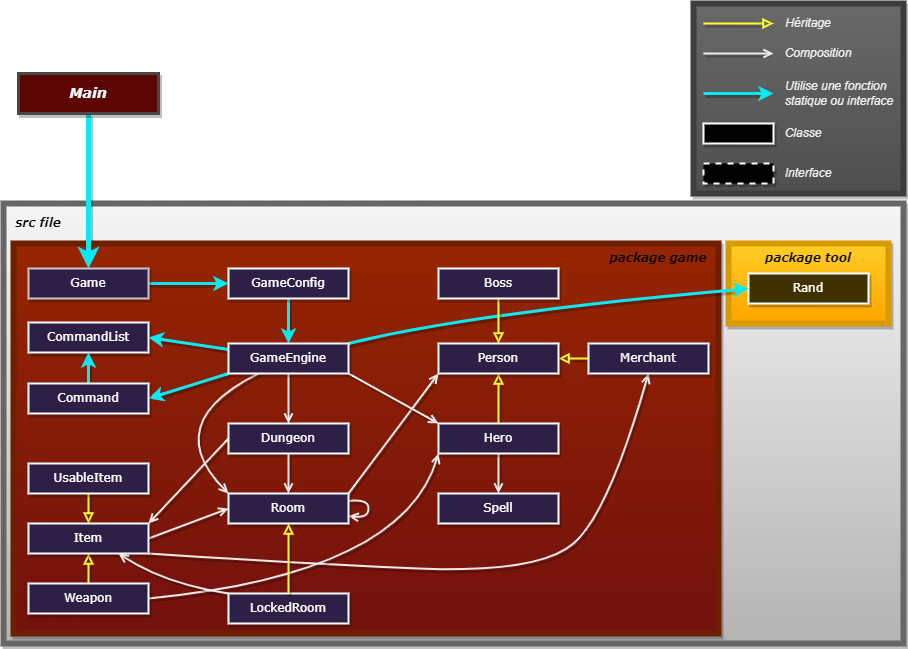
Earlier version of the draw.io export Java_RPG/doc/diagram.drawio.png (Vivien-Parsis/Jeux-rpg). Source tidied: cells renumbered, new cells last; positions are measured from the earlier drawing's top-left corner, leaving out a move shared by most shapes.
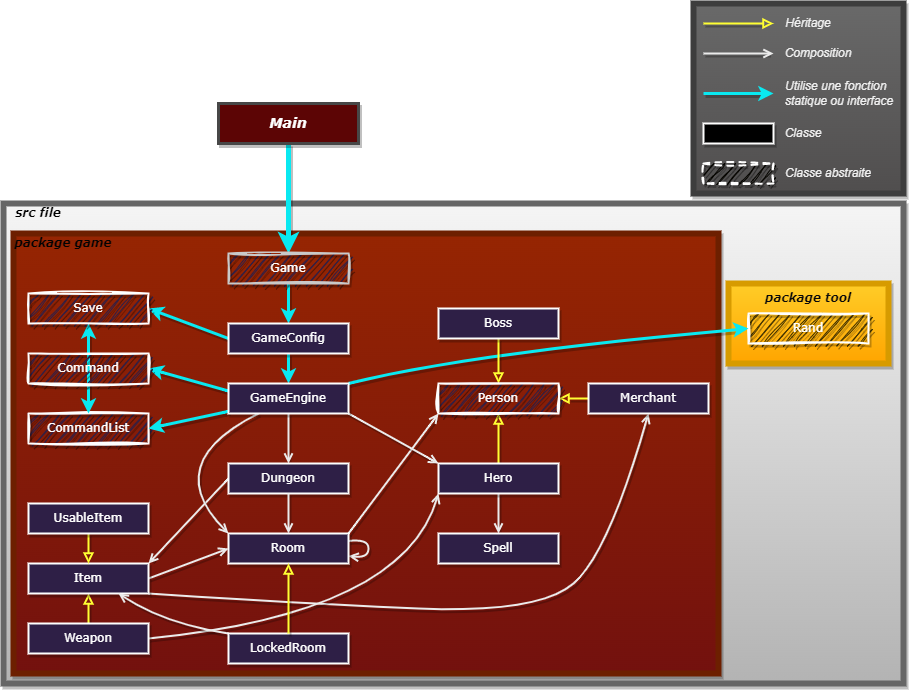
Later version of the same file.

Diff of the diagram source:
```diff
@@ -3,16 +3,16 @@
     <mxCell id="0" />
     <mxCell id="1" parent="0" />
     <mxCell id="2" style="rounded=0;whiteSpace=wrap;html=1;fillColor=#504e4e;strokeWidth=6;strokeColor=#3D3D3D;gradientColor=#696969;gradientDirection=north;shadow=1;" parent="1" vertex="1">
-      <mxGeometry x="690" width="210" height="190" as="geometry" />
+      <mxGeometry x="690" y="-40" width="210" height="190" as="geometry" />
     </mxCell>
     <mxCell id="3" style="rounded=0.5;whiteSpace=wrap;html=1;strokeWidth=6;fillColor=#f5f5f5;strokeColor=#666666;gradientColor=#b3b3b3;shadow=1;" parent="1" vertex="1">
-      <mxGeometry y="200" width="900" height="440" as="geometry" />
+      <mxGeometry y="160" width="900" height="480" as="geometry" />
     </mxCell>
     <mxCell id="4" style="rounded=0;whiteSpace=wrap;html=1;fillColor=#ffcd28;gradientColor=#ffa500;strokeColor=#d79b00;gradientDirection=south;strokeWidth=6;shadow=1;" parent="1" vertex="1">
       <mxGeometry x="725" y="240" width="160" height="80" as="geometry" />
     </mxCell>
     <mxCell id="5" style="rounded=0;whiteSpace=wrap;html=1;fillColor=#962502;strokeColor=#6D1F00;fontColor=#ffffff;gradientColor=#73110E;gradientDirection=south;strokeWidth=6;shadow=1;perimeterSpacing=0;" parent="1" vertex="1">
-      <mxGeometry x="10" y="240" width="705" height="390" as="geometry" />
+      <mxGeometry x="10" y="190" width="705" height="440" as="geometry" />
     </mxCell>
     <mxCell id="6" style="edgeStyle=none;html=1;fontColor=#FFFAFA;strokeColor=#FFFF33;strokeWidth=2;endArrow=block;endFill=0;shadow=1;" parent="1" edge="1" source="47" target="45">
       <mxGeometry relative="1" as="geometry" />
@@ -20,11 +20,11 @@
     <mxCell id="7" style="edgeStyle=none;curved=1;html=1;fontColor=#FFFAFA;strokeColor=#EBEBEB;strokeWidth=2;exitX=0.5;exitY=1;exitDx=0;exitDy=0;entryX=0.5;entryY=0;entryDx=0;entryDy=0;endArrow=open;endFill=0;shadow=1;" parent="1" edge="1" source="47" target="48">
       <mxGeometry relative="1" as="geometry" />
     </mxCell>
-    <mxCell id="8" value="CommandList" style="rounded=0;whiteSpace=wrap;html=1;fillStyle=auto;fillColor=#2E1F46;fontFamily=Verdana;fontColor=#ffffff;strokeColor=#ffffff;strokeWidth=2;shadow=1;" parent="1" vertex="1">
-      <mxGeometry x="25" y="319" width="120" height="30" as="geometry" />
+    <mxCell id="8" value="CommandList" style="rounded=0;whiteSpace=wrap;html=1;fillStyle=auto;fillColor=#2E1F46;fontFamily=Verdana;fontColor=#ffffff;strokeColor=#ffffff;strokeWidth=2;shadow=1;sketch=1;curveFitting=1;jiggle=2;" parent="1" vertex="1">
+      <mxGeometry x="25" y="370" width="120" height="30" as="geometry" />
     </mxCell>
     <mxCell id="9" value="&lt;font face=&quot;Verdana&quot;&gt;package game&lt;/font&gt;" style="text;html=1;align=center;verticalAlign=middle;whiteSpace=wrap;rounded=0;fontStyle=3;fontColor=#030303;shadow=1;" parent="1" vertex="1">
-      <mxGeometry x="605" y="245" width="100" height="20" as="geometry" />
+      <mxGeometry x="10" y="190" width="100" height="20" as="geometry" />
     </mxCell>
     <mxCell id="10" style="edgeStyle=none;html=1;fontColor=#ffffff;strokeColor=#EBEBEB;strokeWidth=2;entryX=0.5;entryY=0;entryDx=0;entryDy=0;startArrow=none;endArrow=open;endFill=0;shadow=1;" parent="1" edge="1" source="55" target="44">
       <mxGeometry relative="1" as="geometry" />
@@ -32,16 +32,16 @@
     <mxCell id="11" style="edgeStyle=none;html=1;strokeColor=#09e9f1;strokeWidth=5;fontColor=#FFFAFA;shadow=1;" parent="1" edge="1" source="43" target="58">
       <mxGeometry relative="1" as="geometry" />
     </mxCell>
-    <mxCell id="12" value="Rand" style="rounded=0;whiteSpace=wrap;html=1;fillStyle=auto;fillColor=#403100;fontFamily=Verdana;fontColor=#ffffff;strokeWidth=2;strokeColor=#ffffff;shadow=1;" parent="1" vertex="1">
+    <mxCell id="12" value="Rand" style="rounded=0;whiteSpace=wrap;html=1;fillStyle=auto;fillColor=#403100;fontFamily=Verdana;fontColor=#ffffff;strokeWidth=2;strokeColor=#ffffff;shadow=1;sketch=1;curveFitting=1;jiggle=2;" parent="1" vertex="1">
       <mxGeometry x="745" y="270" width="120" height="30" as="geometry" />
     </mxCell>
     <mxCell id="13" value="&lt;font face=&quot;Verdana&quot;&gt;src file&lt;/font&gt;" style="text;html=1;align=center;verticalAlign=middle;whiteSpace=wrap;rounded=0;fontColor=#000000;fontStyle=3;strokeColor=none;labelBackgroundColor=none;labelBorderColor=none;shadow=1;" parent="1" vertex="1">
-      <mxGeometry x="10" y="210" width="50" height="20" as="geometry" />
+      <mxGeometry x="10" y="160" width="50" height="20" as="geometry" />
     </mxCell>
     <mxCell id="14" style="edgeStyle=none;html=1;entryX=1;entryY=0.5;entryDx=0;entryDy=0;strokeColor=#FFFF33;fontColor=#FFFAFA;strokeWidth=2;endArrow=block;endFill=0;shadow=1;" parent="1" edge="1" source="50" target="45">
       <mxGeometry relative="1" as="geometry" />
     </mxCell>
-    <mxCell id="15" style="edgeStyle=none;curved=1;html=1;strokeWidth=3;fontColor=#FFFAFA;strokeColor=#09e9f1;exitX=0.5;exitY=0;exitDx=0;exitDy=0;entryX=0.5;entryY=1;entryDx=0;entryDy=0;shadow=1;" parent="1" edge="1" source="57" target="8">
+    <mxCell id="15" style="edgeStyle=none;curved=1;html=1;strokeWidth=3;fontColor=#FFFAFA;strokeColor=#09e9f1;exitX=0.5;exitY=0;exitDx=0;exitDy=0;entryX=0.5;entryY=0;entryDx=0;entryDy=0;shadow=1;" parent="1" edge="1" source="57" target="8">
       <mxGeometry relative="1" as="geometry" />
     </mxCell>
     <mxCell id="16" style="edgeStyle=none;curved=1;html=1;entryX=1;entryY=0;entryDx=0;entryDy=0;exitX=0;exitY=0.5;exitDx=0;exitDy=0;fontColor=#FFFAFA;strokeColor=#EBEBEB;strokeWidth=2;endArrow=open;endFill=0;shadow=1;" parent="1" edge="1" source="44" target="52">
@@ -59,7 +59,7 @@
     <mxCell id="18" style="edgeStyle=none;html=1;fontColor=#FFFAFA;strokeColor=#FFFF33;strokeWidth=2;exitX=0.5;exitY=0;exitDx=0;exitDy=0;entryX=0.5;entryY=1;entryDx=0;entryDy=0;endArrow=block;endFill=0;shadow=1;" parent="1" edge="1" source="51" target="52">
       <mxGeometry relative="1" as="geometry" />
     </mxCell>
-    <mxCell id="19" style="edgeStyle=none;html=1;entryX=0;entryY=0.5;entryDx=0;entryDy=0;strokeColor=#09e9f1;strokeWidth=3;fontColor=#FFFAFA;exitX=1;exitY=0.5;exitDx=0;exitDy=0;shadow=1;" parent="1" edge="1" source="58" target="56">
+    <mxCell id="19" style="edgeStyle=none;html=1;entryX=0.5;entryY=0;entryDx=0;entryDy=0;strokeColor=#09e9f1;strokeWidth=3;fontColor=#FFFAFA;exitX=0.5;exitY=1;exitDx=0;exitDy=0;shadow=1;" parent="1" edge="1" source="58" target="56">
       <mxGeometry relative="1" as="geometry" />
     </mxCell>
     <mxCell id="20" style="edgeStyle=none;html=1;dashed=1;fontColor=#ffffff;strokeColor=#EBEBEB;strokeWidth=2;entryX=0.5;entryY=0;entryDx=0;entryDy=0;endArrow=none;shadow=1;" parent="1" edge="1" target="55">
@@ -69,42 +69,42 @@
     </mxCell>
     <mxCell id="21" style="edgeStyle=none;html=1;fontColor=#FFFAFA;strokeColor=#FFFF33;strokeWidth=2;startArrow=none;endArrow=block;endFill=0;shadow=1;" parent="1" edge="1">
       <mxGeometry relative="1" as="geometry">
-        <mxPoint x="700" y="20" as="sourcePoint" />
-        <mxPoint x="770" y="20" as="targetPoint" />
+        <mxPoint x="700" y="-20" as="sourcePoint" />
+        <mxPoint x="770" y="-20" as="targetPoint" />
       </mxGeometry>
     </mxCell>
     <mxCell id="22" style="edgeStyle=none;html=1;fontColor=#FFFAFA;strokeColor=#EBEBEB;strokeWidth=2;startArrow=none;endArrow=open;endFill=0;shadow=1;" parent="1" edge="1">
       <mxGeometry relative="1" as="geometry">
-        <mxPoint x="700" y="50" as="sourcePoint" />
-        <mxPoint x="770" y="50" as="targetPoint" />
+        <mxPoint x="700" y="10" as="sourcePoint" />
+        <mxPoint x="770" y="10" as="targetPoint" />
       </mxGeometry>
     </mxCell>
     <mxCell id="23" style="edgeStyle=none;html=1;fontColor=#FFFAFA;strokeColor=#09e9f1;strokeWidth=3;startArrow=none;shadow=1;" parent="1" edge="1">
       <mxGeometry relative="1" as="geometry">
-        <mxPoint x="700" y="90" as="sourcePoint" />
-        <mxPoint x="770" y="90" as="targetPoint" />
+        <mxPoint x="700" y="50" as="sourcePoint" />
+        <mxPoint x="770" y="50" as="targetPoint" />
       </mxGeometry>
     </mxCell>
     <mxCell id="24" value="Héritage" style="text;html=1;strokeColor=none;fillColor=none;align=center;verticalAlign=middle;whiteSpace=wrap;rounded=0;fontSize=12;fontStyle=2;fontColor=#F0F0F0;shadow=1;" parent="1" vertex="1">
-      <mxGeometry x="780" y="10" width="50" height="20" as="geometry" />
+      <mxGeometry x="780" y="-30" width="50" height="20" as="geometry" />
     </mxCell>
     <mxCell id="25" value="Composition" style="text;html=1;strokeColor=none;fillColor=none;align=center;verticalAlign=middle;whiteSpace=wrap;rounded=0;fontSize=12;fontStyle=2;fontColor=#F0F0F0;shadow=1;" parent="1" vertex="1">
-      <mxGeometry x="780" y="40" width="70" height="20" as="geometry" />
+      <mxGeometry x="780" width="70" height="20" as="geometry" />
     </mxCell>
     <mxCell id="26" value="Utilise une fonction statique ou interface" style="text;html=1;strokeColor=none;fillColor=none;align=left;verticalAlign=middle;whiteSpace=wrap;rounded=0;fontSize=12;fontStyle=2;fontColor=#F0F0F0;shadow=1;" parent="1" vertex="1">
-      <mxGeometry x="780" y="75" width="120" height="30" as="geometry" />
+      <mxGeometry x="780" y="35" width="120" height="30" as="geometry" />
     </mxCell>
     <mxCell id="27" style="rounded=0;whiteSpace=wrap;html=1;fillStyle=auto;fillColor=#000000;fontFamily=Verdana;fontColor=#ffffff;strokeWidth=2;strokeColor=#ffffff;shadow=1;" parent="1" vertex="1">
-      <mxGeometry x="700" y="120" width="70" height="20" as="geometry" />
+      <mxGeometry x="700" y="80" width="70" height="20" as="geometry" />
     </mxCell>
-    <mxCell id="28" style="rounded=0;whiteSpace=wrap;html=1;dashed=1;fillStyle=auto;fillColor=#000000;fontFamily=Verdana;fontColor=#ffffff;strokeColor=#ffffff;strokeWidth=2;shadow=1;" parent="1" vertex="1">
-      <mxGeometry x="700" y="160" width="70" height="20" as="geometry" />
+    <mxCell id="28" style="rounded=0;whiteSpace=wrap;html=1;dashed=1;fillStyle=auto;fillColor=#050400;fontFamily=Verdana;fontColor=#ffffff;strokeColor=#ffffff;strokeWidth=2;shadow=1;sketch=1;curveFitting=1;jiggle=2;" parent="1" vertex="1">
+      <mxGeometry x="700" y="120" width="70" height="20" as="geometry" />
     </mxCell>
     <mxCell id="29" value="Classe" style="text;html=1;strokeColor=none;fillColor=none;align=center;verticalAlign=middle;whiteSpace=wrap;rounded=0;fontSize=12;fontStyle=2;fontColor=#F0F0F0;shadow=1;" parent="1" vertex="1">
-      <mxGeometry x="780" y="120" width="40" height="20" as="geometry" />
+      <mxGeometry x="780" y="80" width="40" height="20" as="geometry" />
     </mxCell>
-    <mxCell id="30" value="Interface" style="text;html=1;strokeColor=none;fillColor=none;align=center;verticalAlign=middle;whiteSpace=wrap;rounded=0;fontSize=12;fontStyle=2;fontColor=#F0F0F0;rotation=0;shadow=1;" parent="1" vertex="1">
-      <mxGeometry x="780" y="160" width="50" height="20" as="geometry" />
+    <mxCell id="30" value="Classe abstraite" style="text;html=1;strokeColor=none;fillColor=none;align=center;verticalAlign=middle;whiteSpace=wrap;rounded=0;fontSize=12;fontStyle=2;fontColor=#F0F0F0;rotation=0;shadow=1;" parent="1" vertex="1">
+      <mxGeometry x="780" y="120" width="90" height="20" as="geometry" />
     </mxCell>
     <mxCell id="31" style="edgeStyle=none;curved=1;html=1;dashed=1;strokeWidth=1;strokeColor=none;dashPattern=1 4;fontColor=#ffffff;shadow=1;" parent="1" edge="1" source="8" target="55">
       <mxGeometry relative="1" as="geometry" />
@@ -133,7 +133,7 @@
         <mxPoint x="435" y="420" as="targetPoint" />
       </mxGeometry>
     </mxCell>
-    <mxCell id="37" style="edgeStyle=none;html=1;entryX=1;entryY=0.5;entryDx=0;entryDy=0;fontFamily=Helvetica;exitX=0;exitY=1;exitDx=0;exitDy=0;curved=1;fontColor=#FFFAFA;strokeColor=#09e9f1;strokeWidth=3;shadow=1;" parent="1" edge="1" source="55" target="57">
+    <mxCell id="37" style="edgeStyle=none;html=1;entryX=1;entryY=0.5;entryDx=0;entryDy=0;fontFamily=Helvetica;exitX=0;exitY=0.25;exitDx=0;exitDy=0;curved=1;fontColor=#FFFAFA;strokeColor=#09e9f1;strokeWidth=3;shadow=1;" parent="1" edge="1" source="55" target="57">
       <mxGeometry relative="1" as="geometry" />
     </mxCell>
     <mxCell id="38" style="edgeStyle=none;html=1;curved=1;fontColor=#FFFAFA;strokeColor=#EBEBEB;strokeWidth=2;entryX=0;entryY=1;entryDx=0;entryDy=0;exitX=1;exitY=0.5;exitDx=0;exitDy=0;endArrow=open;endFill=0;sourcePerimeterSpacing=0;targetPerimeterSpacing=0;endSize=6;shadow=1;" parent="1" edge="1" source="51" target="47">
@@ -164,12 +164,12 @@
       </mxGeometry>
     </mxCell>
     <mxCell id="43" value="&lt;font style=&quot;font-size: 14px;&quot;&gt;&lt;i&gt;Main&lt;/i&gt;&lt;/font&gt;" style="rounded=0;whiteSpace=wrap;html=1;fontFamily=Verdana;fillColor=#5C0505;fontStyle=1;fontColor=#ffffff;strokeColor=#474747;fillStyle=auto;strokeWidth=3;shadow=1;" parent="1" vertex="1">
-      <mxGeometry x="15" y="70" width="140" height="40" as="geometry" />
+      <mxGeometry x="215" y="60" width="140" height="40" as="geometry" />
     </mxCell>
     <mxCell id="44" value="Dungeon" style="rounded=0;whiteSpace=wrap;html=1;fillStyle=auto;fillColor=#2E1F46;fontFamily=Verdana;fontColor=#ffffff;strokeColor=#ffffff;strokeWidth=2;shadow=1;" parent="1" vertex="1">
       <mxGeometry x="225" y="420" width="120" height="30" as="geometry" />
     </mxCell>
-    <mxCell id="45" value="Person" style="rounded=0;whiteSpace=wrap;html=1;fillStyle=auto;fillColor=#2E1F46;fontFamily=Verdana;fontColor=#ffffff;strokeColor=#ffffff;strokeWidth=2;shadow=1;" parent="1" vertex="1">
+    <mxCell id="45" value="Person" style="rounded=0;whiteSpace=wrap;html=1;fillStyle=auto;fillColor=#2E1F46;fontFamily=Verdana;fontColor=#ffffff;strokeColor=#ffffff;strokeWidth=2;shadow=1;sketch=1;curveFitting=1;jiggle=2;" parent="1" vertex="1">
       <mxGeometry x="435" y="340" width="120" height="30" as="geometry" />
     </mxCell>
     <mxCell id="46" value="Boss" style="rounded=0;whiteSpace=wrap;html=1;fillStyle=auto;fillColor=#2E1F46;fontFamily=Verdana;fontColor=#ffffff;strokeColor=#ffffff;strokeWidth=2;shadow=1;" parent="1" vertex="1">
@@ -202,14 +202,20 @@
     <mxCell id="55" value="GameEngine" style="rounded=0;whiteSpace=wrap;html=1;fillStyle=auto;fillColor=#2E1F46;fontFamily=Verdana;fontColor=#ffffff;strokeColor=#ffffff;strokeWidth=2;shadow=1;" parent="1" vertex="1">
       <mxGeometry x="225" y="340" width="120" height="30" as="geometry" />
     </mxCell>
+    <mxCell id="64" style="edgeStyle=none;html=1;entryX=1;entryY=0.5;entryDx=0;entryDy=0;exitX=0;exitY=0.5;exitDx=0;exitDy=0;strokeColor=#09e9f1;fontColor=#FFFAFA;strokeWidth=3;shadow=1;" parent="1" edge="1" source="56" target="66">
+      <mxGeometry relative="1" as="geometry" />
+    </mxCell>
     <mxCell id="56" value="GameConfig" style="rounded=0;whiteSpace=wrap;html=1;fillStyle=auto;fillColor=#2E1F46;fontFamily=Verdana;fontColor=#ffffff;strokeWidth=2;strokeColor=#ffffff;shadow=1;" parent="1" vertex="1">
-      <mxGeometry x="225" y="265" width="120" height="30" as="geometry" />
+      <mxGeometry x="225" y="280" width="120" height="30" as="geometry" />
     </mxCell>
+    <mxCell id="65" style="edgeStyle=none;html=1;entryX=0.5;entryY=1;entryDx=0;entryDy=0;exitX=0.5;exitY=0;exitDx=0;exitDy=0;strokeColor=#09e9f1;fontColor=#FFFAFA;strokeWidth=3;shadow=1;" parent="1" edge="1" source="57" target="66">
+      <mxGeometry relative="1" as="geometry" />
+    </mxCell>
-    <mxCell id="57" value="Command" style="rounded=0;whiteSpace=wrap;html=1;fillStyle=auto;fillColor=#2E1F46;fontFamily=Verdana;fontColor=#ffffff;strokeWidth=2;strokeColor=#ffffff;shadow=1;" parent="1" vertex="1">
-      <mxGeometry x="25" y="380" width="120" height="30" as="geometry" />
+    <mxCell id="57" value="Command" style="rounded=0;whiteSpace=wrap;html=1;fillStyle=auto;fillColor=#2E1F46;fontFamily=Verdana;fontColor=#ffffff;strokeWidth=2;strokeColor=#ffffff;shadow=1;sketch=1;curveFitting=1;jiggle=2;" parent="1" vertex="1">
+      <mxGeometry x="25" y="310" width="120" height="30" as="geometry" />
     </mxCell>
-    <mxCell id="58" value="Game" style="rounded=0;whiteSpace=wrap;html=1;fillStyle=auto;fillColor=#2E1F46;fontFamily=Verdana;fontColor=#ffffff;strokeColor=#C9C9C9;strokeWidth=2;shadow=1;" parent="1" vertex="1">
-      <mxGeometry x="25" y="265" width="120" height="30" as="geometry" />
+    <mxCell id="58" value="Game" style="rounded=0;whiteSpace=wrap;html=1;fillStyle=auto;fillColor=#2E1F46;fontFamily=Verdana;fontColor=#ffffff;strokeColor=#C9C9C9;strokeWidth=2;shadow=1;glass=0;sketch=1;curveFitting=1;jiggle=2;" parent="1" vertex="1">
+      <mxGeometry x="225" y="210" width="120" height="30" as="geometry" />
     </mxCell>
     <mxCell id="59" style="edgeStyle=none;html=1;entryX=0.75;entryY=1;entryDx=0;entryDy=0;endArrow=open;strokeColor=#EBEBEB;fontColor=#FFFAFA;strokeWidth=2;endFill=0;shadow=1;curved=1;exitX=0;exitY=0;exitDx=0;exitDy=0;" parent="1" edge="1" source="60" target="52">
       <mxGeometry relative="1" as="geometry">
@@ -230,5 +236,8 @@
     <mxCell id="63" value="UsableItem" style="rounded=0;whiteSpace=wrap;html=1;fillStyle=auto;fillColor=#2E1F46;fontFamily=Verdana;fontColor=#ffffff;strokeWidth=2;strokeColor=#ffffff;shadow=1;" parent="1" vertex="1">
       <mxGeometry x="25" y="460" width="120" height="30" as="geometry" />
     </mxCell>
+    <mxCell id="66" value="Save" style="rounded=0;whiteSpace=wrap;html=1;fillStyle=auto;fillColor=#2E1F46;fontFamily=Verdana;fontColor=#ffffff;strokeWidth=2;strokeColor=#ffffff;shadow=1;sketch=1;curveFitting=1;jiggle=2;" parent="1" vertex="1">
+      <mxGeometry x="25" y="250" width="120" height="30" as="geometry" />
+    </mxCell>
   </root>
 </mxGraphModel>
```
